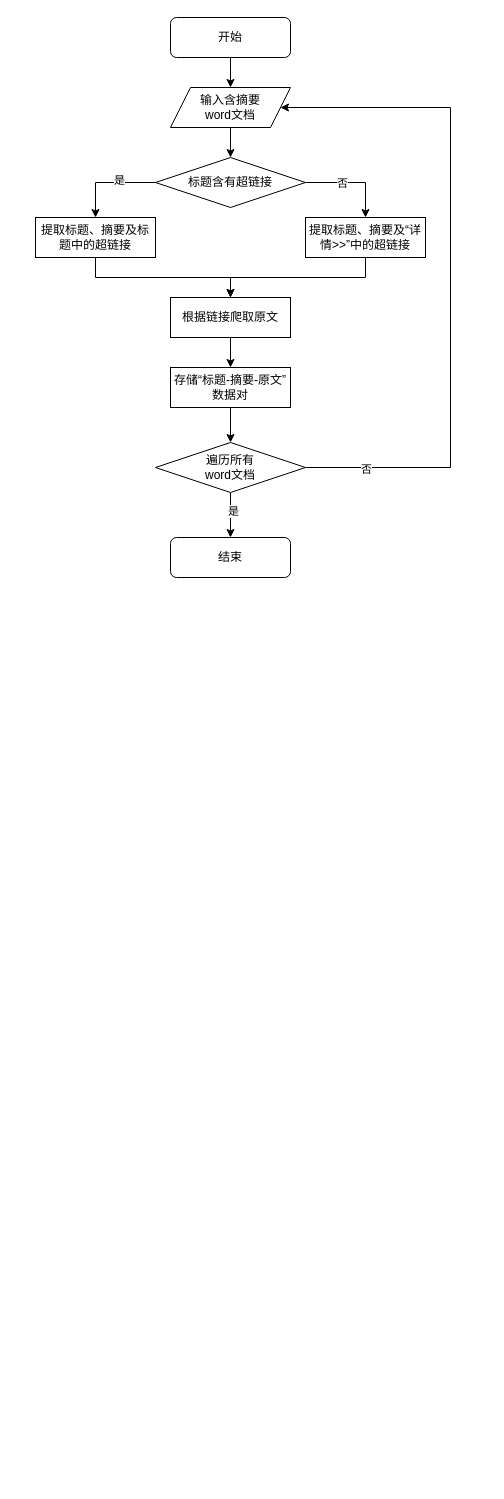
The draw.io diagram 论文终期.drawio in wan-wer/test, before the edit. Source tidied: cells renumbered, new cells numbered last; positions are measured from the earlier drawing's top-left corner, leaving out a move shared by most shapes. Both pictures are drawn from the tidied source at 100%, with x=0, y=0 at pixel (35, 17).
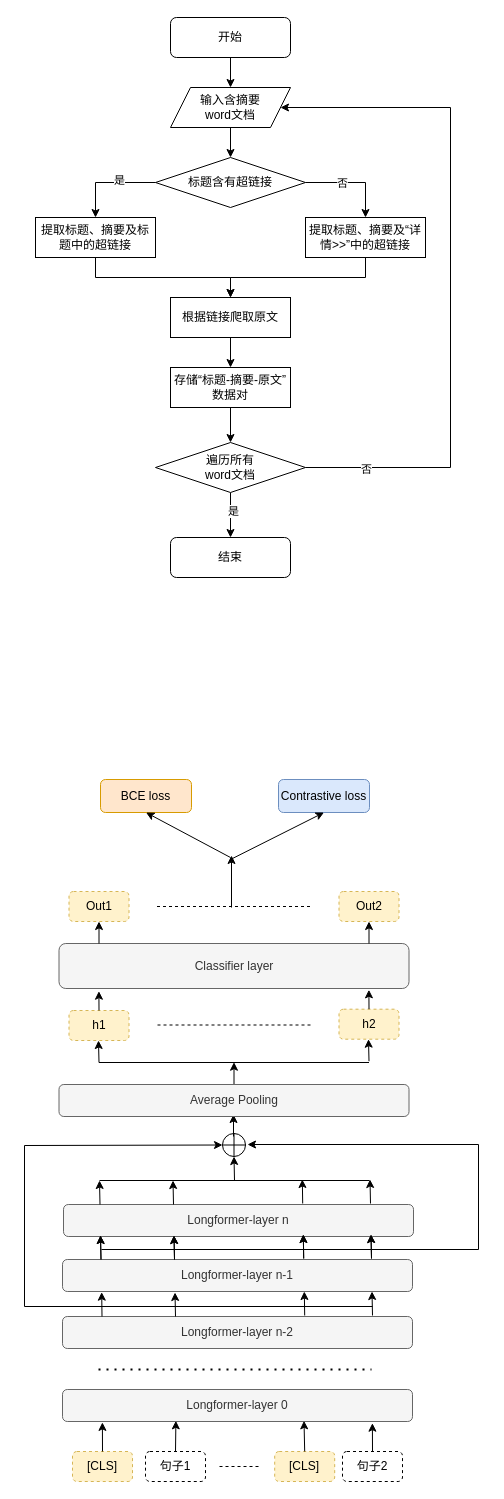
Above is the later version.

Commit message:
更新论文终期.drawio

What changed in the source:
```diff
@@
+    <mxCell id="25" value="Longformer-layer 0" style="rounded=1;whiteSpace=wrap;html=1;fillColor=#f5f5f5;fontColor=#333333;strokeColor=#666666;" parent="1" vertex="1">
+      <mxGeometry x="27" y="1372" width="350" height="32" as="geometry" />
+    </mxCell>
+    <mxCell id="26" value="Classifier layer" style="rounded=1;whiteSpace=wrap;html=1;fillColor=#f5f5f5;fontColor=#333333;strokeColor=#666666;" parent="1" vertex="1">
+      <mxGeometry x="23.5" y="926" width="350" height="45" as="geometry" />
+    </mxCell>
+    <mxCell id="27" value="[CLS]" style="text;html=1;strokeColor=#d6b656;fillColor=#fff2cc;align=center;verticalAlign=middle;whiteSpace=wrap;rounded=1;dashed=1;" parent="1" vertex="1">
+      <mxGeometry x="37" y="1434" width="60" height="30" as="geometry" />
+    </mxCell>
+    <mxCell id="28" style="endArrow=classic;html=1;rounded=0;exitX=0.5;exitY=0;exitDx=0;exitDy=0;entryX=0.114;entryY=1.028;entryDx=0;entryDy=0;entryPerimeter=0;" parent="1" edge="1" source="27" target="25">
+      <mxGeometry relative="1" as="geometry" />
+    </mxCell>
+    <mxCell id="29" value="句子1" style="text;html=1;strokeColor=default;fillColor=none;align=center;verticalAlign=middle;whiteSpace=wrap;rounded=1;dashed=1;" parent="1" vertex="1">
+      <mxGeometry x="110" y="1434" width="60" height="30" as="geometry" />
+    </mxCell>
+    <mxCell id="30" style="endArrow=classic;html=1;rounded=0;exitX=0.5;exitY=0;exitDx=0;exitDy=0;entryX=0.324;entryY=0.979;entryDx=0;entryDy=0;entryPerimeter=0;" parent="1" edge="1" source="29" target="25">
+      <mxGeometry relative="1" as="geometry" />
+    </mxCell>
+    <mxCell id="31" value="[CLS]" style="text;html=1;strokeColor=#d6b656;fillColor=#fff2cc;align=center;verticalAlign=middle;whiteSpace=wrap;rounded=1;dashed=1;" parent="1" vertex="1">
+      <mxGeometry x="239.2" y="1434" width="60" height="30" as="geometry" />
+    </mxCell>
+    <mxCell id="32" style="endArrow=classic;html=1;rounded=0;exitX=0.5;exitY=0;exitDx=0;exitDy=0;entryX=0.69;entryY=0.979;entryDx=0;entryDy=0;entryPerimeter=0;" parent="1" edge="1" source="31" target="25">
+      <mxGeometry relative="1" as="geometry" />
+    </mxCell>
+    <mxCell id="33" value="句子2" style="text;html=1;strokeColor=default;fillColor=none;align=center;verticalAlign=middle;whiteSpace=wrap;rounded=1;dashed=1;" parent="1" vertex="1">
+      <mxGeometry x="307" y="1434" width="60" height="30" as="geometry" />
+    </mxCell>
+    <mxCell id="34" style="endArrow=classic;html=1;rounded=0;exitX=0.5;exitY=0;exitDx=0;exitDy=0;entryX=0.114;entryY=1.028;entryDx=0;entryDy=0;entryPerimeter=0;" parent="1" edge="1" source="33">
+      <mxGeometry relative="1" as="geometry">
+        <mxPoint x="336.9" y="1405.7" as="targetPoint" />
+      </mxGeometry>
+    </mxCell>
+    <mxCell id="35" value="h1" style="text;html=1;strokeColor=#d6b656;fillColor=#fff2cc;align=center;verticalAlign=middle;whiteSpace=wrap;rounded=1;dashed=1;" parent="1" vertex="1">
+      <mxGeometry x="33.5" y="993" width="60" height="30" as="geometry" />
+    </mxCell>
+    <mxCell id="36" style="endArrow=classic;html=1;rounded=0;exitX=0.5;exitY=0;exitDx=0;exitDy=0;entryX=0.114;entryY=1.028;entryDx=0;entryDy=0;entryPerimeter=0;" parent="1" edge="1" source="35">
+      <mxGeometry relative="1" as="geometry">
+        <mxPoint x="63.4" y="973.7" as="targetPoint" />
+      </mxGeometry>
+    </mxCell>
+    <mxCell id="37" style="endArrow=classic;html=1;rounded=0;entryX=0.114;entryY=1.028;entryDx=0;entryDy=0;entryPerimeter=0;" parent="1" edge="1">
+      <mxGeometry relative="1" as="geometry">
+        <mxPoint x="63.5" y="1045" as="sourcePoint" />
+        <mxPoint x="63" y="1023" as="targetPoint" />
+      </mxGeometry>
+    </mxCell>
+    <mxCell id="38" value="Out1" style="text;html=1;strokeColor=#d6b656;fillColor=#fff2cc;align=center;verticalAlign=middle;whiteSpace=wrap;rounded=1;dashed=1;" parent="1" vertex="1">
+      <mxGeometry x="33.5" y="874" width="60" height="30" as="geometry" />
+    </mxCell>
+    <mxCell id="39" value="Out2" style="text;html=1;strokeColor=#d6b656;fillColor=#fff2cc;align=center;verticalAlign=middle;whiteSpace=wrap;rounded=1;dashed=1;" parent="1" vertex="1">
+      <mxGeometry x="303.5" y="874" width="60" height="30" as="geometry" />
+    </mxCell>
+    <mxCell id="40" style="endArrow=classic;html=1;rounded=0;exitX=0.5;exitY=0;exitDx=0;exitDy=0;entryX=0.5;entryY=1;entryDx=0;entryDy=0;" parent="1" edge="1" target="38">
+      <mxGeometry relative="1" as="geometry">
+        <mxPoint x="63.5" y="926" as="sourcePoint" />
+      </mxGeometry>
+    </mxCell>
+    <mxCell id="41" style="endArrow=classic;html=1;rounded=0;exitX=0.5;exitY=0;exitDx=0;exitDy=0;entryX=0.5;entryY=1;entryDx=0;entryDy=0;" parent="1" edge="1" target="39">
+      <mxGeometry relative="1" as="geometry">
+        <mxPoint x="333.5" y="926" as="sourcePoint" />
+      </mxGeometry>
+    </mxCell>
+    <mxCell id="42" style="endArrow=none;dashed=1;html=1;rounded=0;" parent="1" edge="1">
+      <mxGeometry relative="1" as="geometry">
+        <mxPoint x="184" y="1449" as="sourcePoint" />
+        <mxPoint x="223" y="1449" as="targetPoint" />
+      </mxGeometry>
+    </mxCell>
+    <mxCell id="43" value="Longformer-layer n-2" style="rounded=1;whiteSpace=wrap;html=1;fillColor=#f5f5f5;fontColor=#333333;strokeColor=#666666;" parent="1" vertex="1">
+      <mxGeometry x="27" y="1299" width="350" height="32" as="geometry" />
+    </mxCell>
+    <mxCell id="44" value="Longformer-layer n-1" style="rounded=1;whiteSpace=wrap;html=1;fillColor=#f5f5f5;fontColor=#333333;strokeColor=#666666;" parent="1" vertex="1">
+      <mxGeometry x="27" y="1242" width="350" height="32" as="geometry" />
+    </mxCell>
+    <mxCell id="45" value="Longformer-layer n" style="rounded=1;whiteSpace=wrap;html=1;fillColor=#f5f5f5;fontColor=#333333;strokeColor=#666666;" parent="1" vertex="1">
+      <mxGeometry x="28" y="1187" width="350" height="32" as="geometry" />
+    </mxCell>
+    <mxCell id="46" style="endArrow=none;dashed=1;html=1;dashPattern=1 3;strokeWidth=2;rounded=0;" parent="1" edge="1">
+      <mxGeometry relative="1" as="geometry">
+        <mxPoint x="63" y="1352" as="sourcePoint" />
+        <mxPoint x="336" y="1352" as="targetPoint" />
+      </mxGeometry>
+    </mxCell>
+    <mxCell id="47" style="endArrow=classic;html=1;rounded=0;exitX=0.5;exitY=0;exitDx=0;exitDy=0;entryX=0.112;entryY=1.021;entryDx=0;entryDy=0;entryPerimeter=0;" parent="1" edge="1" target="44">
+      <mxGeometry relative="1" as="geometry">
+        <mxPoint x="66.5" y="1299" as="sourcePoint" />
+      </mxGeometry>
+    </mxCell>
+    <mxCell id="48" style="endArrow=classic;html=1;rounded=0;exitX=0.5;exitY=0;exitDx=0;exitDy=0;entryX=0.112;entryY=1.021;entryDx=0;entryDy=0;entryPerimeter=0;" parent="1" edge="1">
+      <mxGeometry relative="1" as="geometry">
+        <mxPoint x="140" y="1299" as="sourcePoint" />
+        <mxPoint x="139.5" y="1275" as="targetPoint" />
+      </mxGeometry>
+    </mxCell>
+    <mxCell id="49" style="endArrow=classic;html=1;rounded=0;exitX=0.5;exitY=0;exitDx=0;exitDy=0;entryX=0.112;entryY=1.021;entryDx=0;entryDy=0;entryPerimeter=0;" parent="1" edge="1">
+      <mxGeometry relative="1" as="geometry">
+        <mxPoint x="269.2" y="1298" as="sourcePoint" />
+        <mxPoint x="268.8" y="1274" as="targetPoint" />
+      </mxGeometry>
+    </mxCell>
+    <mxCell id="50" style="endArrow=classic;html=1;rounded=0;exitX=0.5;exitY=0;exitDx=0;exitDy=0;entryX=0.112;entryY=1.021;entryDx=0;entryDy=0;entryPerimeter=0;" parent="1" edge="1">
+      <mxGeometry relative="1" as="geometry">
+        <mxPoint x="337" y="1298" as="sourcePoint" />
+        <mxPoint x="336.5" y="1274" as="targetPoint" />
+      </mxGeometry>
+    </mxCell>
+    <mxCell id="51" style="endArrow=classic;html=1;rounded=0;exitX=0.5;exitY=0;exitDx=0;exitDy=0;entryX=0.112;entryY=1.021;entryDx=0;entryDy=0;entryPerimeter=0;" parent="1" edge="1">
+      <mxGeometry relative="1" as="geometry">
+        <mxPoint x="65.5" y="1242" as="sourcePoint" />
+        <mxPoint x="65" y="1218" as="targetPoint" />
+      </mxGeometry>
+    </mxCell>
+    <mxCell id="52" style="endArrow=classic;html=1;rounded=0;exitX=0.5;exitY=0;exitDx=0;exitDy=0;entryX=0.112;entryY=1.021;entryDx=0;entryDy=0;entryPerimeter=0;" parent="1" edge="1">
+      <mxGeometry relative="1" as="geometry">
+        <mxPoint x="139" y="1242" as="sourcePoint" />
+        <mxPoint x="138.5" y="1218" as="targetPoint" />
+      </mxGeometry>
+    </mxCell>
+    <mxCell id="53" style="endArrow=classic;html=1;rounded=0;exitX=0.5;exitY=0;exitDx=0;exitDy=0;entryX=0.112;entryY=1.021;entryDx=0;entryDy=0;entryPerimeter=0;" parent="1" edge="1">
+      <mxGeometry relative="1" as="geometry">
+        <mxPoint x="268.2" y="1241" as="sourcePoint" />
+        <mxPoint x="267.8" y="1217" as="targetPoint" />
+      </mxGeometry>
+    </mxCell>
+    <mxCell id="54" style="endArrow=classic;html=1;rounded=0;exitX=0.5;exitY=0;exitDx=0;exitDy=0;entryX=0.112;entryY=1.021;entryDx=0;entryDy=0;entryPerimeter=0;" parent="1" edge="1">
+      <mxGeometry relative="1" as="geometry">
+        <mxPoint x="336" y="1241" as="sourcePoint" />
+        <mxPoint x="335.5" y="1217" as="targetPoint" />
+      </mxGeometry>
+    </mxCell>
+    <mxCell id="55" style="endArrow=classic;html=1;rounded=0;exitX=0.5;exitY=0;exitDx=0;exitDy=0;entryX=0.112;entryY=1.021;entryDx=0;entryDy=0;entryPerimeter=0;" parent="1" edge="1">
+      <mxGeometry relative="1" as="geometry">
+        <mxPoint x="65.5" y="1242" as="sourcePoint" />
+        <mxPoint x="65" y="1218" as="targetPoint" />
+      </mxGeometry>
+    </mxCell>
+    <mxCell id="56" style="endArrow=classic;html=1;rounded=0;exitX=0.5;exitY=0;exitDx=0;exitDy=0;entryX=0.112;entryY=1.021;entryDx=0;entryDy=0;entryPerimeter=0;" parent="1" edge="1">
+      <mxGeometry relative="1" as="geometry">
+        <mxPoint x="139" y="1242" as="sourcePoint" />
+        <mxPoint x="138.5" y="1218" as="targetPoint" />
+      </mxGeometry>
+    </mxCell>
+    <mxCell id="57" style="endArrow=classic;html=1;rounded=0;exitX=0.5;exitY=0;exitDx=0;exitDy=0;entryX=0.112;entryY=1.021;entryDx=0;entryDy=0;entryPerimeter=0;" parent="1" edge="1">
+      <mxGeometry relative="1" as="geometry">
+        <mxPoint x="268.2" y="1241" as="sourcePoint" />
+        <mxPoint x="267.8" y="1217" as="targetPoint" />
+      </mxGeometry>
+    </mxCell>
+    <mxCell id="58" style="endArrow=classic;html=1;rounded=0;exitX=0.5;exitY=0;exitDx=0;exitDy=0;entryX=0.112;entryY=1.021;entryDx=0;entryDy=0;entryPerimeter=0;" parent="1" edge="1">
+      <mxGeometry relative="1" as="geometry">
+        <mxPoint x="336" y="1241" as="sourcePoint" />
+        <mxPoint x="335.5" y="1217" as="targetPoint" />
+      </mxGeometry>
+    </mxCell>
+    <mxCell id="59" style="endArrow=classic;html=1;rounded=0;exitX=0.5;exitY=0;exitDx=0;exitDy=0;entryX=0.112;entryY=1.021;entryDx=0;entryDy=0;entryPerimeter=0;" parent="1" edge="1">
+      <mxGeometry relative="1" as="geometry">
+        <mxPoint x="64.5" y="1187" as="sourcePoint" />
+        <mxPoint x="64" y="1163" as="targetPoint" />
+      </mxGeometry>
+    </mxCell>
+    <mxCell id="60" style="endArrow=classic;html=1;rounded=0;exitX=0.5;exitY=0;exitDx=0;exitDy=0;entryX=0.112;entryY=1.021;entryDx=0;entryDy=0;entryPerimeter=0;" parent="1" edge="1">
+      <mxGeometry relative="1" as="geometry">
+        <mxPoint x="138" y="1187" as="sourcePoint" />
+        <mxPoint x="137.5" y="1163" as="targetPoint" />
+      </mxGeometry>
+    </mxCell>
+    <mxCell id="61" style="endArrow=classic;html=1;rounded=0;exitX=0.5;exitY=0;exitDx=0;exitDy=0;entryX=0.112;entryY=1.021;entryDx=0;entryDy=0;entryPerimeter=0;" parent="1" edge="1">
+      <mxGeometry relative="1" as="geometry">
+        <mxPoint x="267.2" y="1186" as="sourcePoint" />
+        <mxPoint x="266.8" y="1162" as="targetPoint" />
+      </mxGeometry>
+    </mxCell>
+    <mxCell id="62" style="endArrow=classic;html=1;rounded=0;exitX=0.5;exitY=0;exitDx=0;exitDy=0;entryX=0.112;entryY=1.021;entryDx=0;entryDy=0;entryPerimeter=0;" parent="1" edge="1">
+      <mxGeometry relative="1" as="geometry">
+        <mxPoint x="335" y="1186" as="sourcePoint" />
+        <mxPoint x="334.5" y="1162" as="targetPoint" />
+      </mxGeometry>
+    </mxCell>
+    <mxCell id="63" style="shape=orEllipse;perimeter=ellipsePerimeter;whiteSpace=wrap;html=1;backgroundOutline=1;" parent="1" vertex="1">
+      <mxGeometry x="187" y="1116" width="23" height="23" as="geometry" />
+    </mxCell>
+    <mxCell id="64" style="endArrow=none;html=1;rounded=0;" parent="1" edge="1">
+      <mxGeometry relative="1" as="geometry">
+        <mxPoint x="64" y="1163" as="sourcePoint" />
+        <mxPoint x="334" y="1163" as="targetPoint" />
+      </mxGeometry>
+    </mxCell>
+    <mxCell id="65" style="endArrow=classic;html=1;rounded=0;entryX=0.5;entryY=1;entryDx=0;entryDy=0;" parent="1" edge="1" target="63">
+      <mxGeometry relative="1" as="geometry">
+        <mxPoint x="199" y="1163" as="sourcePoint" />
+      </mxGeometry>
+    </mxCell>
+    <mxCell id="66" style="endArrow=classic;html=1;rounded=0;entryX=0;entryY=0.5;entryDx=0;entryDy=0;" parent="1" edge="1" target="63">
+      <mxGeometry relative="1" as="geometry">
+        <mxPoint x="337" y="1289" as="sourcePoint" />
+        <Array as="points">
+          <mxPoint x="-11" y="1289" />
+          <mxPoint x="-11" y="1128" />
+        </Array>
+      </mxGeometry>
+    </mxCell>
+    <mxCell id="67" style="endArrow=classic;html=1;rounded=0;" parent="1" edge="1">
+      <mxGeometry relative="1" as="geometry">
+        <mxPoint x="66" y="1232" as="sourcePoint" />
+        <mxPoint x="212" y="1127" as="targetPoint" />
+        <Array as="points">
+          <mxPoint x="443" y="1232" />
+          <mxPoint x="443" y="1127" />
+        </Array>
+      </mxGeometry>
+    </mxCell>
+    <mxCell id="68" style="endArrow=none;dashed=1;html=1;rounded=0;" parent="1" edge="1">
+      <mxGeometry relative="1" as="geometry">
+        <mxPoint x="121.5" y="889" as="sourcePoint" />
+        <mxPoint x="274.5" y="889" as="targetPoint" />
+      </mxGeometry>
+    </mxCell>
+    <mxCell id="69" style="endArrow=none;html=1;rounded=0;" parent="1" edge="1">
+      <mxGeometry relative="1" as="geometry">
+        <mxPoint x="63.5" y="1045" as="sourcePoint" />
+        <mxPoint x="333.5" y="1045" as="targetPoint" />
+      </mxGeometry>
+    </mxCell>
+    <mxCell id="70" value="h2" style="text;html=1;strokeColor=#d6b656;fillColor=#fff2cc;align=center;verticalAlign=middle;whiteSpace=wrap;rounded=1;dashed=1;" parent="1" vertex="1">
+      <mxGeometry x="303.5" y="991.7" width="60" height="30" as="geometry" />
+    </mxCell>
+    <mxCell id="71" style="endArrow=classic;html=1;rounded=0;exitX=0.5;exitY=0;exitDx=0;exitDy=0;entryX=0.114;entryY=1.028;entryDx=0;entryDy=0;entryPerimeter=0;" parent="1" edge="1" source="70">
+      <mxGeometry relative="1" as="geometry">
+        <mxPoint x="333.4" y="972.3" as="targetPoint" />
+      </mxGeometry>
+    </mxCell>
+    <mxCell id="72" style="endArrow=classic;html=1;rounded=0;entryX=0.114;entryY=1.028;entryDx=0;entryDy=0;entryPerimeter=0;" parent="1" edge="1">
+      <mxGeometry relative="1" as="geometry">
+        <mxPoint x="333.5" y="1043.7" as="sourcePoint" />
+        <mxPoint x="333" y="1021.7" as="targetPoint" />
+      </mxGeometry>
+    </mxCell>
+    <mxCell id="73" style="endArrow=none;dashed=1;html=1;rounded=0;" parent="1" edge="1">
+      <mxGeometry relative="1" as="geometry">
+        <mxPoint x="122" y="1007.5" as="sourcePoint" />
+        <mxPoint x="275" y="1007.5" as="targetPoint" />
+      </mxGeometry>
+    </mxCell>
+    <mxCell id="74" style="endArrow=classic;html=1;rounded=0;" parent="1" edge="1">
+      <mxGeometry relative="1" as="geometry">
+        <mxPoint x="198" y="1119" as="sourcePoint" />
+        <mxPoint x="198" y="1097" as="targetPoint" />
+      </mxGeometry>
+    </mxCell>
+    <mxCell id="75" style="edgeStyle=orthogonalEdgeStyle;rounded=0;jettySize=auto;html=1;" parent="1" edge="1" source="76">
+      <mxGeometry relative="1" as="geometry">
+        <mxPoint x="198.5" y="1044.7" as="targetPoint" />
+      </mxGeometry>
+    </mxCell>
+    <mxCell id="76" value="Average Pooling" style="rounded=1;whiteSpace=wrap;html=1;fillColor=#f5f5f5;fontColor=#333333;strokeColor=#666666;" parent="1" vertex="1">
+      <mxGeometry x="23.5" y="1067" width="350" height="32" as="geometry" />
+    </mxCell>
+    <mxCell id="77" value="BCE loss" style="rounded=1;whiteSpace=wrap;html=1;fillColor=#ffe6cc;strokeColor=#d79b00;" parent="1" vertex="1">
+      <mxGeometry x="65" y="762" width="91" height="33" as="geometry" />
+    </mxCell>
+    <mxCell id="78" value="Contrastive loss" style="rounded=1;whiteSpace=wrap;html=1;fillColor=#dae8fc;strokeColor=#6c8ebf;" parent="1" vertex="1">
+      <mxGeometry x="243" y="762" width="91" height="33" as="geometry" />
+    </mxCell>
+    <mxCell id="79" style="endArrow=classic;html=1;rounded=0;" parent="1" edge="1">
+      <mxGeometry relative="1" as="geometry">
+        <mxPoint x="196" y="890" as="sourcePoint" />
+        <mxPoint x="196" y="838" as="targetPoint" />
+      </mxGeometry>
+    </mxCell>
+    <mxCell id="80" style="endArrow=classic;html=1;rounded=0;entryX=0.5;entryY=1;entryDx=0;entryDy=0;" parent="1" edge="1" target="77">
+      <mxGeometry relative="1" as="geometry">
+        <mxPoint x="195" y="840" as="sourcePoint" />
+      </mxGeometry>
+    </mxCell>
+    <mxCell id="81" style="endArrow=classic;html=1;rounded=0;entryX=0.5;entryY=1;entryDx=0;entryDy=0;" parent="1" edge="1" target="78">
+      <mxGeometry relative="1" as="geometry">
+        <mxPoint x="195" y="842" as="sourcePoint" />
+      </mxGeometry>
+    </mxCell>
```
